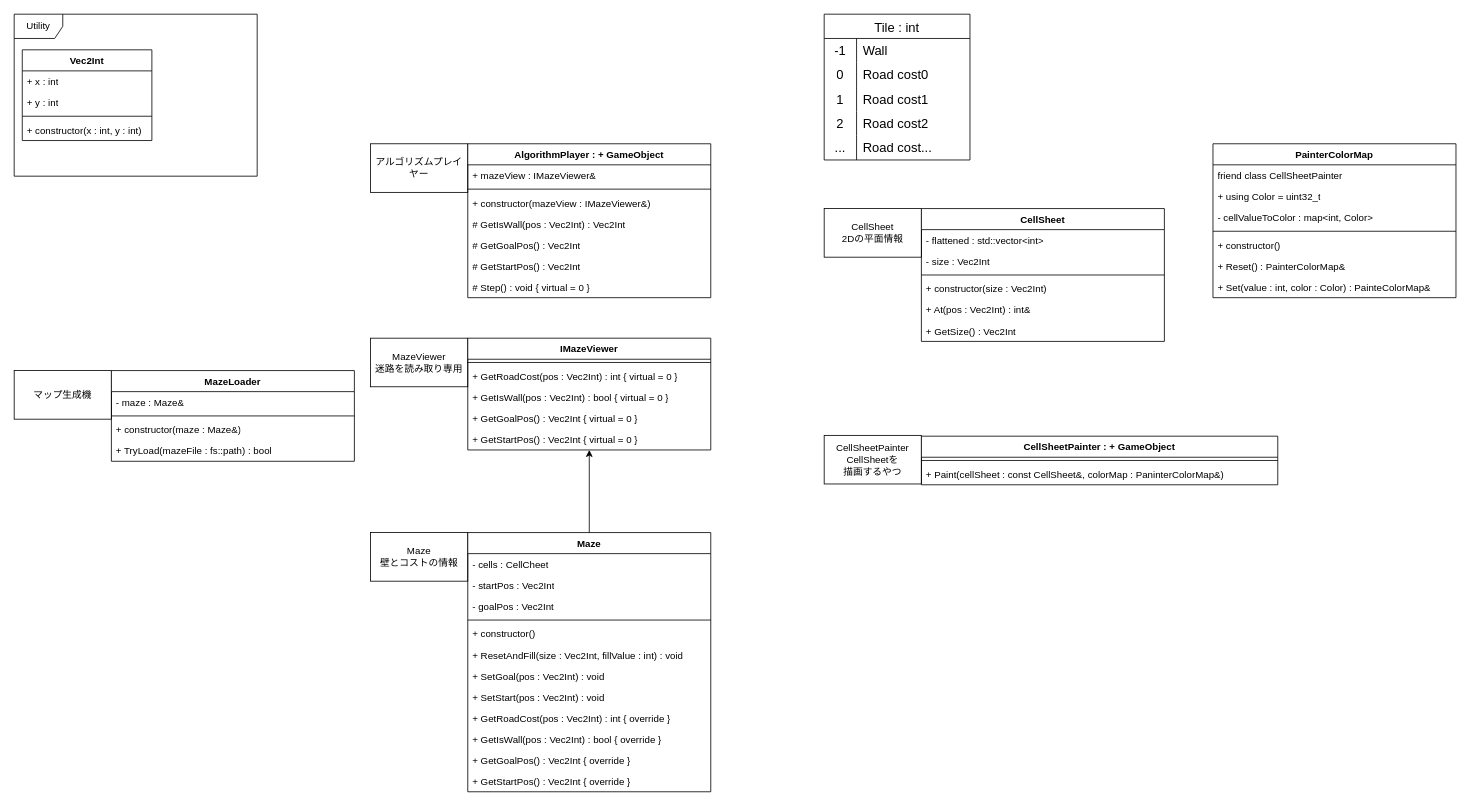
This is doc/アルゴシミュ仕様設計.drawio from 3doriTea/ExploringAlgorithms, a draw.io file, before an edit. Source tidied: cells renumbered, new cells numbered last; positions are measured from the earlier drawing's top-left corner, leaving out a move shared by most shapes. Both pictures are drawn from the tidied source at 81%, with x=0, y=0 at pixel (14, 14).
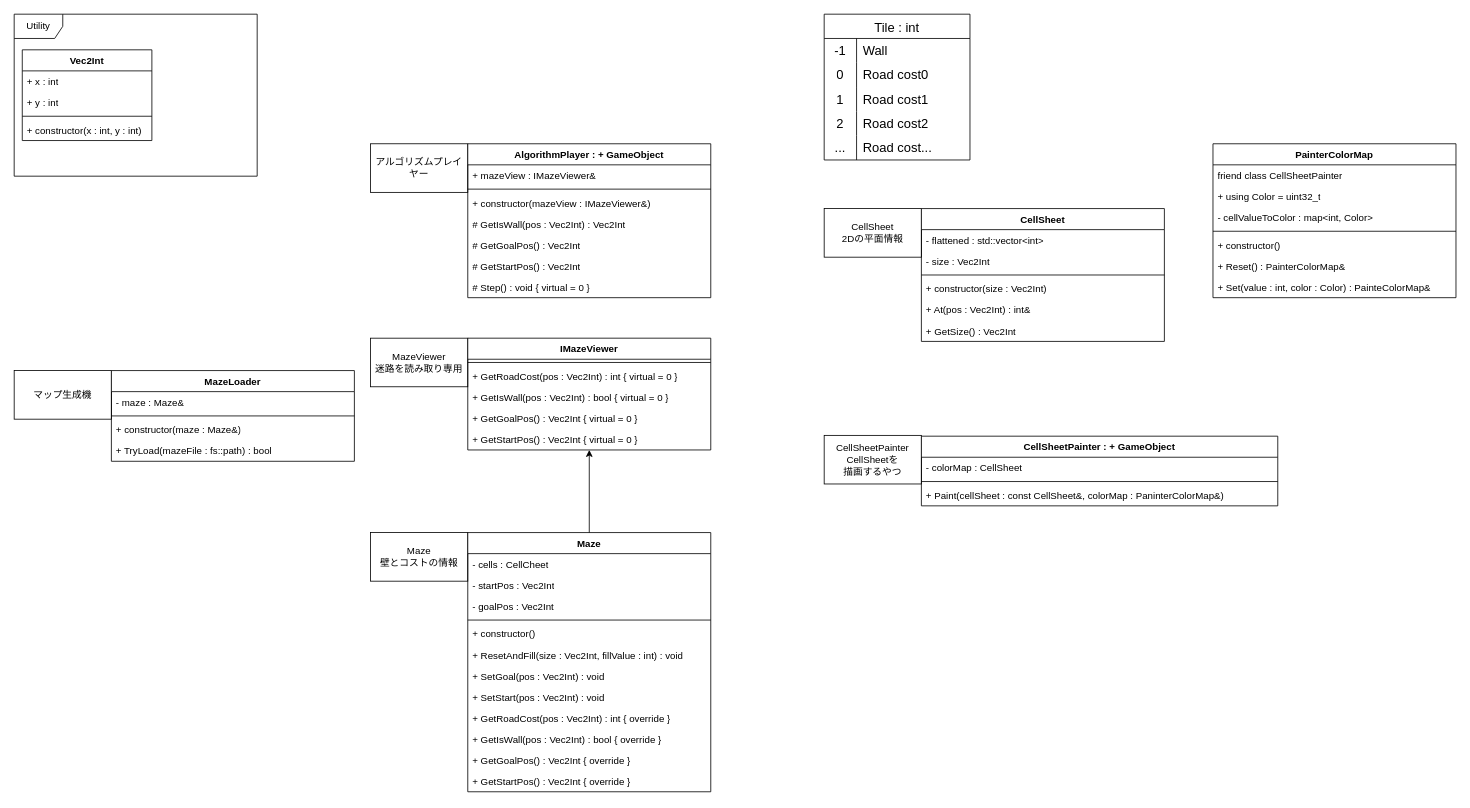
After the change.

Commit message:
アルゴシミュ仕様設計.drawio を更新します

Diff of the diagram source:
```diff
@@
     <mxCell id="70" value="CellSheetPainter : + GameObject" style="swimlane;fontStyle=1;align=center;verticalAlign=top;horizontal=1;startSize=26;whiteSpace=wrap;html=1;" parent="1" vertex="1">
-      <mxGeometry x="1120" y="521" width="440" height="60" as="geometry" />
+      <mxGeometry x="1120" y="521" width="440" height="86" as="geometry" />
     </mxCell>
+    <mxCell id="81" value="- colorMap : CellSheet" style="text;strokeColor=none;fillColor=none;align=left;verticalAlign=top;spacingLeft=4;spacingRight=4;overflow=hidden;whiteSpace=wrap;html=1;" parent="70" vertex="1">
+      <mxGeometry y="26" width="440" height="26" as="geometry" />
+    </mxCell>
     <mxCell id="71" style="line;strokeWidth=1;fillColor=none;align=left;verticalAlign=middle;spacingTop=-1;spacingLeft=3;spacingRight=3;labelPosition=right;strokeColor=inherit;" parent="70" vertex="1">
-      <mxGeometry y="26" width="440" height="8" as="geometry" />
+      <mxGeometry y="52" width="440" height="8" as="geometry" />
     </mxCell>
     <mxCell id="72" value="+ Paint(cellSheet : const CellSheet&amp;amp;, colorMap : PaninterColorMap&amp;amp;)" style="text;strokeColor=none;fillColor=none;align=left;verticalAlign=top;spacingLeft=4;spacingRight=4;overflow=hidden;whiteSpace=wrap;html=1;" parent="70" vertex="1">
-      <mxGeometry y="34" width="440" height="26" as="geometry" />
+      <mxGeometry y="60" width="440" height="26" as="geometry" />
     </mxCell>
```
